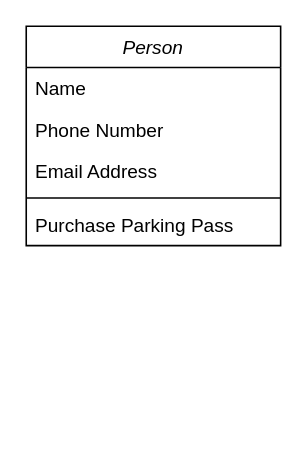
Before: Diagram/ Analys_reflektion.drawio in GitoPot/Analys_reflektion, a draw.io diagram. Source tidied: cells renumbered, new cells numbered last; positions are measured from the earlier drawing's top-left corner, leaving out a move shared by most shapes. Both pictures are drawn from the tidied source at 159%, with x=0, y=0 at pixel (25, 25).
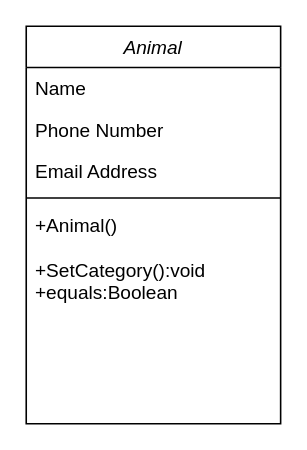
Above is the later version.

Diff of the diagram source:
```diff
@@
 <mxGraphModel>
   <root>
     <mxCell id="0" />
     <mxCell id="1" parent="0" />
-    <mxCell id="2" value="Person" style="swimlane;fontStyle=2;align=center;verticalAlign=top;horizontal=1;startSize=26;rounded=0;shadow=0;strokeWidth=1;" parent="1" vertex="1">
-      <mxGeometry width="160" height="138" as="geometry" />
+    <mxCell id="2" value="Animal" style="swimlane;fontStyle=2;align=center;verticalAlign=top;horizontal=1;startSize=26;rounded=0;shadow=0;strokeWidth=1;labelBackgroundColor=default;" parent="1" vertex="1">
+      <mxGeometry width="160" height="250" as="geometry" />
     </mxCell>
     <mxCell id="3" value="Name" style="text;align=left;verticalAlign=top;spacingLeft=4;spacingRight=4;overflow=hidden;" parent="2" vertex="1">
       <mxGeometry y="26" width="160" height="26" as="geometry" />
     </mxCell>
     <mxCell id="4" value="Phone Number" style="text;align=left;verticalAlign=top;spacingLeft=4;spacingRight=4;overflow=hidden;rounded=0;shadow=0;html=0;" parent="2" vertex="1">
       <mxGeometry y="52" width="160" height="26" as="geometry" />
     </mxCell>
     <mxCell id="5" value="Email Address" style="text;align=left;verticalAlign=top;spacingLeft=4;spacingRight=4;overflow=hidden;rounded=0;shadow=0;html=0;" parent="2" vertex="1">
       <mxGeometry y="78" width="160" height="26" as="geometry" />
     </mxCell>
     <mxCell id="6" style="line;html=1;strokeWidth=1;align=left;verticalAlign=middle;spacingTop=-1;spacingLeft=3;spacingRight=3;labelPosition=right;" parent="2" vertex="1">
       <mxGeometry y="104" width="160" height="8" as="geometry" />
     </mxCell>
-    <mxCell id="7" value="Purchase Parking Pass" style="text;align=left;verticalAlign=top;spacingLeft=4;spacingRight=4;overflow=hidden;" parent="2" vertex="1">
-      <mxGeometry y="112" width="160" height="26" as="geometry" />
+    <mxCell id="7" value="+Animal()&#10;&#10;+SetCategory():void&#10;+equals:Boolean" style="text;align=left;verticalAlign=top;spacingLeft=4;spacingRight=4;overflow=hidden;" parent="2" vertex="1">
+      <mxGeometry y="112" width="160" height="138" as="geometry" />
     </mxCell>
   </root>
 </mxGraphModel>
```
